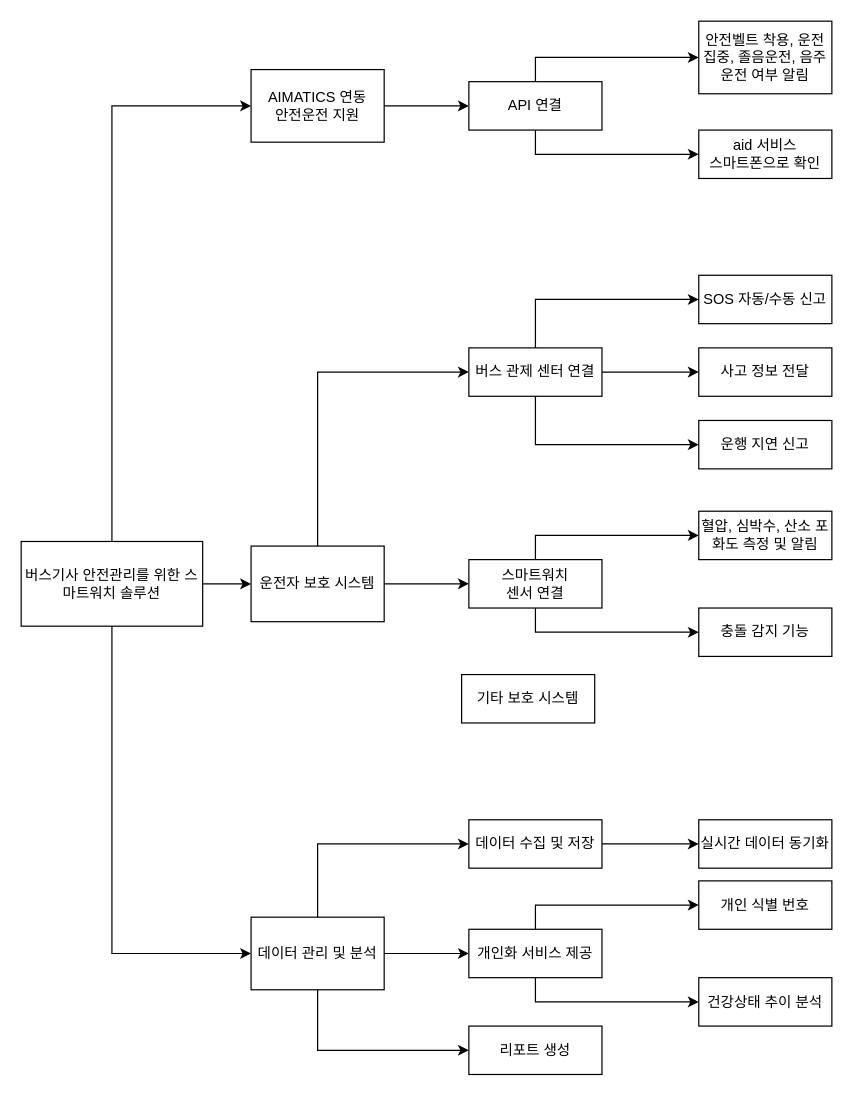
The draw.io diagram page "페이지-1" (1 of 2) of objective_tree.drawio in VegetableKim/-, before the edit. Source tidied: cells renumbered, new cells numbered last; positions are measured from the earlier drawing's top-left corner, leaving out a move shared by most shapes. Both pictures are drawn from the tidied source at 121%, with x=0, y=0 at pixel (21, 21).
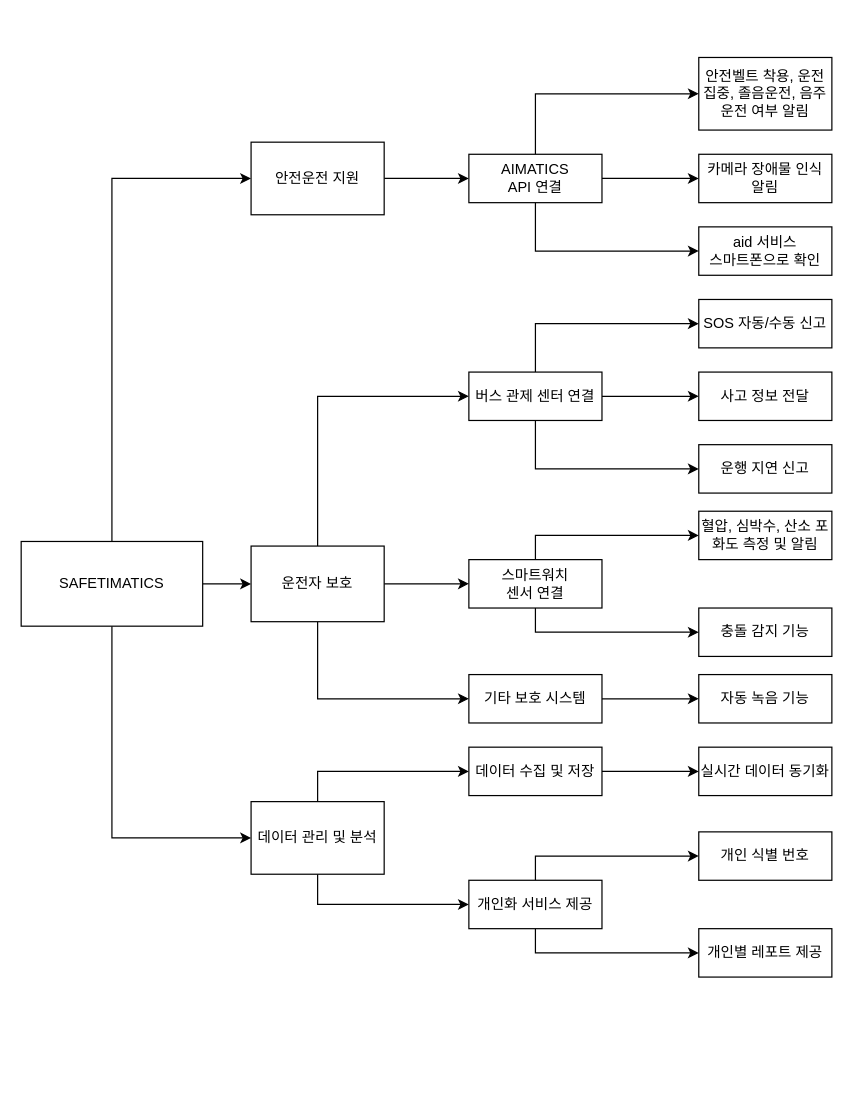
Above is the later version.

Diff of the diagram source:
```diff
@@
-    <mxCell id="5" value="버스기사 안전관리를 위한 스마트워치 솔루션" style="rounded=0;whiteSpace=wrap;html=1;" parent="1" vertex="1">
+    <mxCell id="5" value="SAFETIMATICS" style="rounded=0;whiteSpace=wrap;html=1;" parent="1" vertex="1">
       <mxGeometry y="430" width="150" height="70" as="geometry" />
     </mxCell>
@@
-    <mxCell id="7" value="AIMATICS 연동&lt;div&gt;안전운전 지원&lt;/div&gt;" style="rounded=0;whiteSpace=wrap;html=1;" parent="1" vertex="1">
-      <mxGeometry x="190" y="40" width="110" height="60" as="geometry" />
+    <mxCell id="7" value="&lt;span style=&quot;background-color: initial;&quot;&gt;안전운전 지원&lt;/span&gt;" style="rounded=0;whiteSpace=wrap;html=1;" parent="1" vertex="1">
+      <mxGeometry x="190" y="100" width="110" height="60" as="geometry" />
     </mxCell>
@@
+    <mxCell id="42" style="edgeStyle=orthogonalEdgeStyle;rounded=0;jettySize=auto;html=1;exitX=0.5;exitY=1;exitDx=0;exitDy=0;entryX=0;entryY=0.5;entryDx=0;entryDy=0;" parent="1" edge="1" source="10" target="36">
+      <mxGeometry relative="1" as="geometry" />
+    </mxCell>
-    <mxCell id="10" value="운전자 보호 시스템" style="rounded=0;whiteSpace=wrap;html=1;" parent="1" vertex="1">
+    <mxCell id="10" value="운전자 보호" style="rounded=0;whiteSpace=wrap;html=1;" parent="1" vertex="1">
       <mxGeometry x="190" y="433.8" width="110" height="62.5" as="geometry" />
     </mxCell>
+    <mxCell id="12" style="edgeStyle=orthogonalEdgeStyle;rounded=0;jettySize=auto;html=1;exitX=0.5;exitY=0;exitDx=0;exitDy=0;entryX=0;entryY=0.5;entryDx=0;entryDy=0;" parent="1" edge="1" source="14" target="16">
+      <mxGeometry relative="1" as="geometry" />
+    </mxCell>
-    <mxCell id="11" style="edgeStyle=orthogonalEdgeStyle;rounded=0;jettySize=auto;html=1;exitX=1;exitY=0.5;exitDx=0;exitDy=0;entryX=0;entryY=0.5;entryDx=0;entryDy=0;" parent="1" edge="1" source="14" target="19">
+    <mxCell id="11" style="edgeStyle=orthogonalEdgeStyle;rounded=0;jettySize=auto;html=1;exitX=0.5;exitY=1;exitDx=0;exitDy=0;entryX=0;entryY=0.5;entryDx=0;entryDy=0;" parent="1" edge="1" source="14" target="19">
       <mxGeometry relative="1" as="geometry" />
     </mxCell>
-    <mxCell id="12" style="edgeStyle=orthogonalEdgeStyle;rounded=0;jettySize=auto;html=1;exitX=0.5;exitY=0;exitDx=0;exitDy=0;entryX=0;entryY=0.5;entryDx=0;entryDy=0;" parent="1" edge="1" source="14" target="16">
-      <mxGeometry relative="1" as="geometry" />
-    </mxCell>
-    <mxCell id="13" style="edgeStyle=orthogonalEdgeStyle;rounded=0;jettySize=auto;html=1;exitX=0.5;exitY=1;exitDx=0;exitDy=0;entryX=0;entryY=0.5;entryDx=0;entryDy=0;" parent="1" edge="1" source="14" target="20">
-      <mxGeometry relative="1" as="geometry" />
-    </mxCell>
     <mxCell id="14" value="데이터 관리 및 분석" style="rounded=0;whiteSpace=wrap;html=1;" parent="1" vertex="1">
-      <mxGeometry x="190" y="740.5" width="110" height="60" as="geometry" />
+      <mxGeometry x="190" y="645" width="110" height="60" as="geometry" />
     </mxCell>
@@
     <mxCell id="16" value="데이터 수집 및 저장" style="rounded=0;whiteSpace=wrap;html=1;" parent="1" vertex="1">
-      <mxGeometry x="370" y="660" width="110" height="40" as="geometry" />
+      <mxGeometry x="370" y="600" width="110" height="40" as="geometry" />
     </mxCell>
@@
     <mxCell id="19" value="개인화 서비스 제공" style="rounded=0;whiteSpace=wrap;html=1;" parent="1" vertex="1">
-      <mxGeometry x="370" y="750.5" width="110" height="40" as="geometry" />
+      <mxGeometry x="370" y="710" width="110" height="40" as="geometry" />
     </mxCell>
-    <mxCell id="20" value="리포트 생성" style="rounded=0;whiteSpace=wrap;html=1;" parent="1" vertex="1">
-      <mxGeometry x="370" y="830.5" width="110" height="40" as="geometry" />
-    </mxCell>
     <mxCell id="21" value="실시간 데이터 동기화" style="rounded=0;whiteSpace=wrap;html=1;" parent="1" vertex="1">
-      <mxGeometry x="560" y="660" width="110" height="40" as="geometry" />
+      <mxGeometry x="560" y="600" width="110" height="40" as="geometry" />
     </mxCell>
     <mxCell id="22" value="개인 식별 번호" style="rounded=0;whiteSpace=wrap;html=1;" parent="1" vertex="1">
-      <mxGeometry x="560" y="710.5" width="110" height="40" as="geometry" />
+      <mxGeometry x="560" y="670" width="110" height="40" as="geometry" />
     </mxCell>
-    <mxCell id="23" value="건강상태 추이 분석" style="rounded=0;whiteSpace=wrap;html=1;" parent="1" vertex="1">
-      <mxGeometry x="560" y="790.5" width="110" height="40" as="geometry" />
+    <mxCell id="23" value="개인별 레포트 제공" style="rounded=0;whiteSpace=wrap;html=1;" parent="1" vertex="1">
+      <mxGeometry x="560" y="750" width="110" height="40" as="geometry" />
     </mxCell>
@@
+    <mxCell id="43" style="edgeStyle=orthogonalEdgeStyle;rounded=0;jettySize=auto;html=1;exitX=1;exitY=0.5;exitDx=0;exitDy=0;entryX=0;entryY=0.5;entryDx=0;entryDy=0;" parent="1" edge="1" source="26" target="46">
+      <mxGeometry relative="1" as="geometry" />
+    </mxCell>
-    <mxCell id="26" value="API 연결" style="rounded=0;whiteSpace=wrap;html=1;" parent="1" vertex="1">
-      <mxGeometry x="370" y="50" width="110" height="40" as="geometry" />
+    <mxCell id="26" value="AIMATICS&lt;div&gt;API 연결&lt;/div&gt;" style="rounded=0;whiteSpace=wrap;html=1;" parent="1" vertex="1">
+      <mxGeometry x="370" y="110" width="110" height="40" as="geometry" />
     </mxCell>
     <mxCell id="27" value="안전벨트 착용, 운전 집중, 졸음운전, 음주운전 여부 알림" style="rounded=0;whiteSpace=wrap;html=1;" parent="1" vertex="1">
-      <mxGeometry x="560" width="110" height="60" as="geometry" />
+      <mxGeometry x="560" y="30" width="110" height="60" as="geometry" />
     </mxCell>
     <mxCell id="28" value="aid 서비스&lt;div&gt;스마트폰으로 확인&lt;/div&gt;" style="rounded=0;whiteSpace=wrap;html=1;" parent="1" vertex="1">
-      <mxGeometry x="560" y="90" width="110" height="40" as="geometry" />
+      <mxGeometry x="560" y="170" width="110" height="40" as="geometry" />
     </mxCell>
@@
     <mxCell id="32" value="버스 관제 센터 연결" style="rounded=0;whiteSpace=wrap;html=1;" parent="1" vertex="1">
-      <mxGeometry x="370" y="270" width="110" height="40" as="geometry" />
+      <mxGeometry x="370" y="290" width="110" height="40" as="geometry" />
     </mxCell>
@@
+    <mxCell id="44" style="edgeStyle=orthogonalEdgeStyle;rounded=0;jettySize=auto;html=1;exitX=1;exitY=0.5;exitDx=0;exitDy=0;entryX=0;entryY=0.5;entryDx=0;entryDy=0;" parent="1" edge="1" source="36" target="45">
+      <mxGeometry relative="1" as="geometry" />
+    </mxCell>
     <mxCell id="36" value="기타 보호 시스템" style="rounded=0;whiteSpace=wrap;html=1;" parent="1" vertex="1">
-      <mxGeometry x="364" y="540" width="110" height="40" as="geometry" />
+      <mxGeometry x="370" y="540" width="110" height="40" as="geometry" />
     </mxCell>
     <mxCell id="37" value="SOS 자동/수동 신고" style="rounded=0;whiteSpace=wrap;html=1;" parent="1" vertex="1">
-      <mxGeometry x="560" y="210" width="110" height="40" as="geometry" />
+      <mxGeometry x="560" y="230" width="110" height="40" as="geometry" />
     </mxCell>
     <mxCell id="38" value="사고 정보 전달" style="rounded=0;whiteSpace=wrap;html=1;" parent="1" vertex="1">
-      <mxGeometry x="560" y="270" width="110" height="40" as="geometry" />
+      <mxGeometry x="560" y="290" width="110" height="40" as="geometry" />
     </mxCell>
     <mxCell id="39" value="운행 지연 신고" style="rounded=0;whiteSpace=wrap;html=1;" parent="1" vertex="1">
-      <mxGeometry x="560" y="330" width="110" height="40" as="geometry" />
+      <mxGeometry x="560" y="350" width="110" height="40" as="geometry" />
     </mxCell>
@@
+    <mxCell id="45" value="자동 녹음 기능" style="rounded=0;whiteSpace=wrap;html=1;" parent="1" vertex="1">
+      <mxGeometry x="560" y="540" width="110" height="40" as="geometry" />
+    </mxCell>
+    <mxCell id="46" value="카메라 장애물 인식 알림" style="rounded=0;whiteSpace=wrap;html=1;" parent="1" vertex="1">
+      <mxGeometry x="560" y="110" width="110" height="40" as="geometry" />
+    </mxCell>
```
